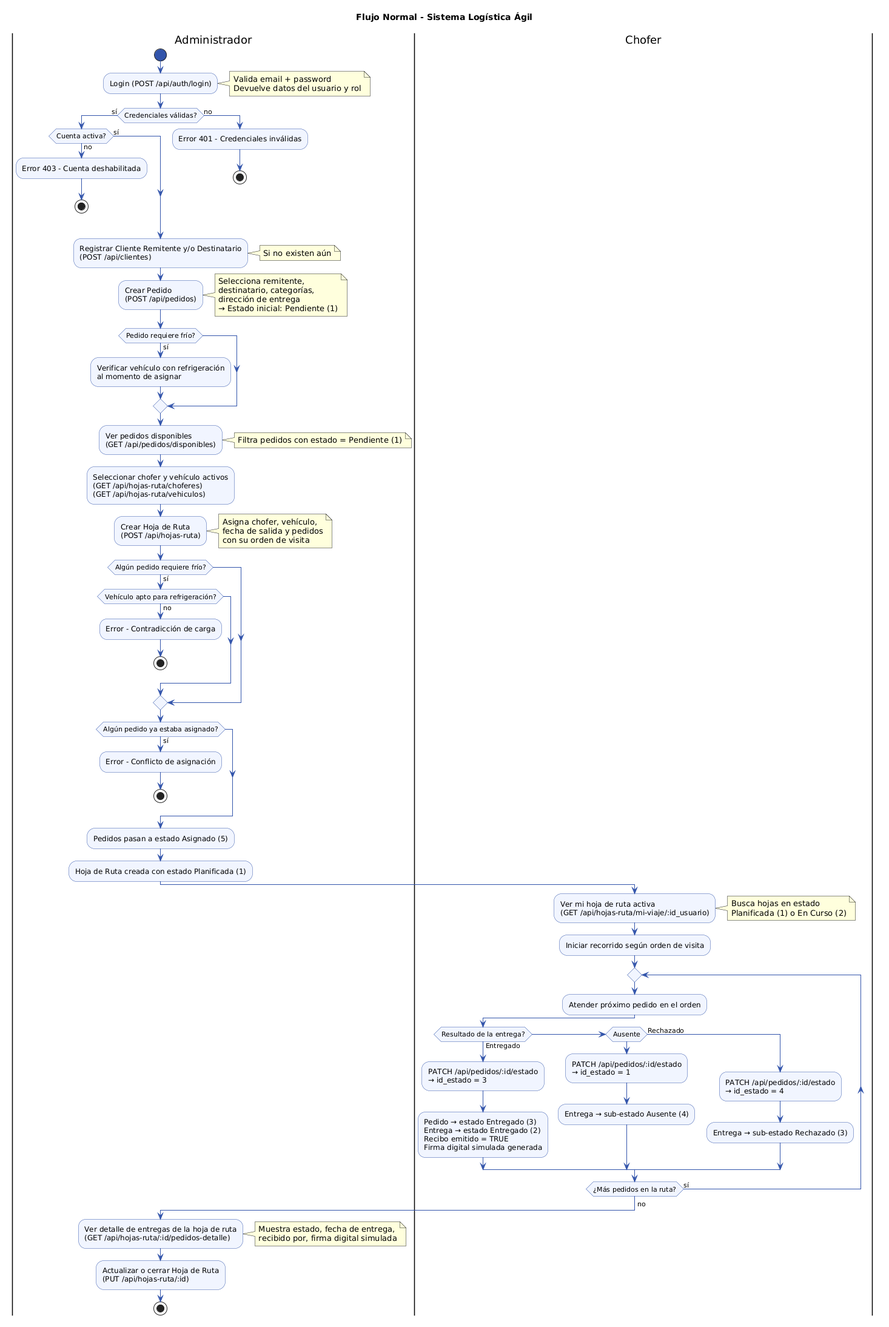
baltazarottonello/logistica-agil keeps this PlantUML diagram as GRUPO 4/Diagrama de Actividad.png. Above is the earlier version.
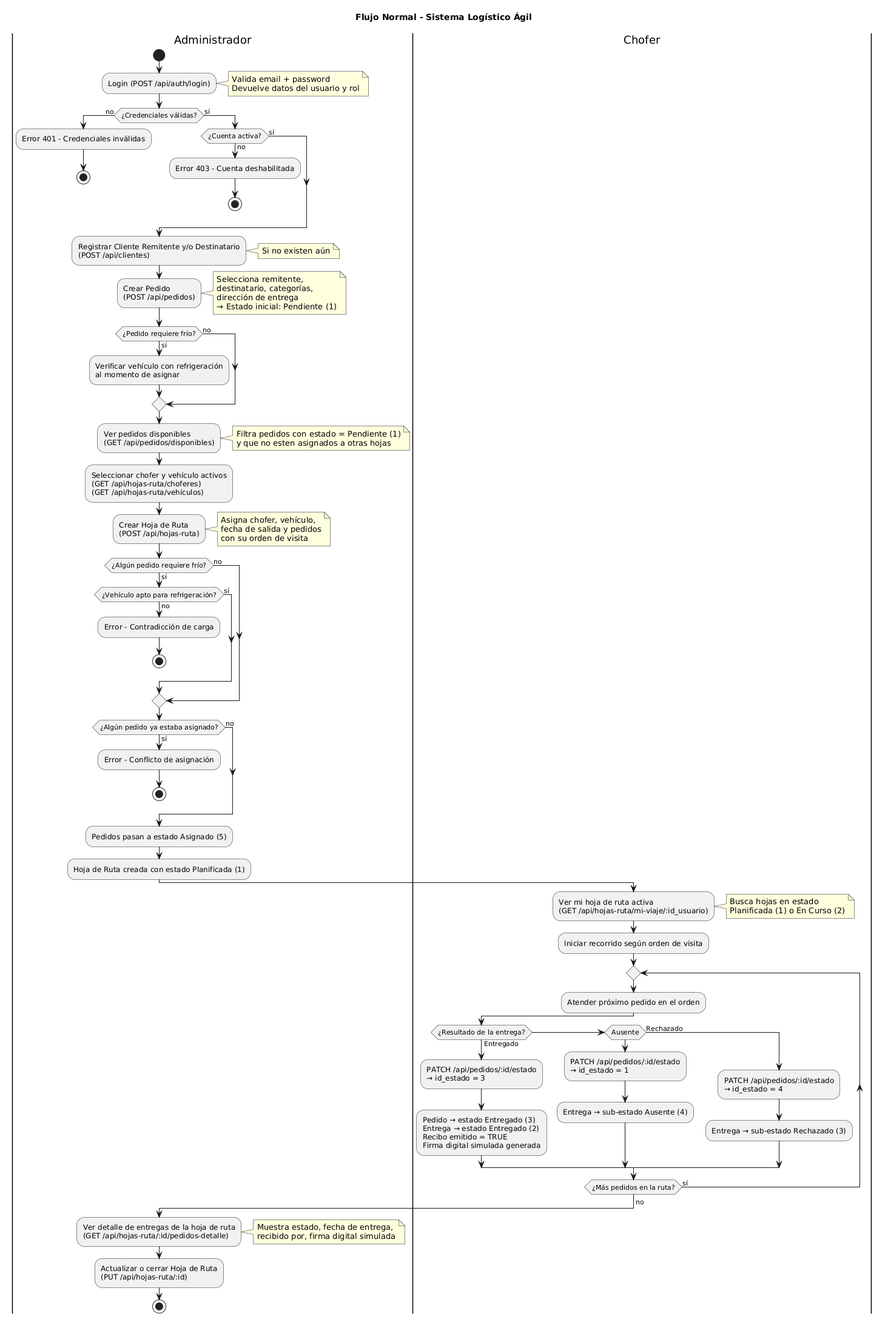
After the change.

Commit message:
chore: new diagrams, editing forms population

Diff of the diagram source:
```diff
@@ -1,58 +1,76 @@
 @startuml
-title Flujo Normal - Sistema Logística Ágil
+title Flujo Normal - Sistema Logístico Ágil
 
-skinparam ActivityBackgroundColor #f0f4ff
-skinparam ActivityBorderColor #3355aa
-skinparam ArrowColor #3355aa
-skinparam ActivityStartColor #3355aa
-skinparam ActivityEndColor #cc2244
+|Administrador|
+|Chofer|
 
 |Administrador|
 start
 
 :Login (POST /api/auth/login);
-note right: Valida email + password\nDevuelve datos del usuario y rol
+note right
+  Valida email + password
+  Devuelve datos del usuario y rol
+end note
 
-if (Credenciales válidas?) then (sí)
-  if (Cuenta activa?) then (sí)
-  else (no)
+if (¿Credenciales válidas?) then (no)
+  :Error 401 - Credenciales inválidas;
+  stop
+else (sí)
+  if (¿Cuenta activa?) then (no)
     :Error 403 - Cuenta deshabilitada;
     stop
-  end if
-else (no)
-  :Error 401 - Credenciales inválidas;
-  stop
-end if
+  else (sí)
+  endif
+endif
 
 :Registrar Cliente Remitente y/o Destinatario\n(POST /api/clientes);
-note right: Si no existen aún
+note right
+  Si no existen aún
+end note
 
 :Crear Pedido\n(POST /api/pedidos);
-note right: Selecciona remitente,\ndestinatario, categorías,\ndirección de entrega\n→ Estado inicial: Pendiente (1)
+note right
+  Selecciona remitente,
+  destinatario, categorías,
+  dirección de entrega
+  → Estado inicial: Pendiente (1)
+end note
 
-if (Pedido requiere frío?) then (sí)
+if (¿Pedido requiere frío?) then (sí)
   :Verificar vehículo con refrigeración\nal momento de asignar;
-end if
+else (no)
+endif
 
 :Ver pedidos disponibles\n(GET /api/pedidos/disponibles);
-note right: Filtra pedidos con estado = Pendiente (1)
+note right
+  Filtra pedidos con estado = Pendiente (1)
+  y que no esten asignados a otras hojas
+end note
 
-:Seleccionar chofer y vehículo activos\n(GET /api/hojas-ruta/choferes)\n(GET /api/hojas-ruta/vehiculos);
+:Seleccionar chofer y vehículo activos\n(GET /api/hojas-ruta/choferes)\n(GET /api/hojas-ruta/vehículos);
 
 :Crear Hoja de Ruta\n(POST /api/hojas-ruta);
-note right: Asigna chofer, vehículo,\nfecha de salida y pedidos\ncon su orden de visita
+note right
+  Asigna chofer, vehículo,
+  fecha de salida y pedidos
+  con su orden de visita
+end note
 
-if (Algún pedido requiere frío?) then (sí)
-  if (Vehículo apto para refrigeración?) then (no)
+if (¿Algún pedido requiere frío?) then (sí)
+  if (¿Vehículo apto para refrigeración?) then (no)
     :Error - Contradicción de carga;
     stop
-  end if
-end if
+  else (sí)
+  endif
+else (no)
+endif
 
-if (Algún pedido ya estaba asignado?) then (sí)
+if (¿Algún pedido ya estaba asignado?) then (sí)
   :Error - Conflicto de asignación;
   stop
-end if
+else (no)
+endif
 
 :Pedidos pasan a estado Asignado (5);
 :Hoja de Ruta creada con estado Planificada (1);
@@ -60,14 +78,17 @@
 |Chofer|
 
 :Ver mi hoja de ruta activa\n(GET /api/hojas-ruta/mi-viaje/:id_usuario);
-note right: Busca hojas en estado\nPlanificada (1) o En Curso (2)
+note right
+  Busca hojas en estado
+  Planificada (1) o En Curso (2)
+end note
 
 :Iniciar recorrido según orden de visita;
 
 repeat
   :Atender próximo pedido en el orden;
 
-  if (Resultado de la entrega?) then (Entregado)
+  if (¿Resultado de la entrega?) then (Entregado)
     :PATCH /api/pedidos/:id/estado\n→ id_estado = 3;
     :Pedido → estado Entregado (3)\nEntrega → estado Entregado (2)\nRecibo emitido = TRUE\nFirma digital simulada generada;
 
@@ -78,7 +99,8 @@
   else (Rechazado)
     :PATCH /api/pedidos/:id/estado\n→ id_estado = 4;
     :Entrega → sub-estado Rechazado (3);
-  end if
+
+  endif
 
 repeat while (¿Más pedidos en la ruta?) is (sí)
 ->no;
@@ -86,7 +108,10 @@
 |Administrador|
 
 :Ver detalle de entregas de la hoja de ruta\n(GET /api/hojas-ruta/:id/pedidos-detalle);
-note right: Muestra estado, fecha de entrega,\nrecibido por, firma digital simulada
+note right
+  Muestra estado, fecha de entrega,
+  recibido por, firma digital simulada
+end note
 
 :Actualizar o cerrar Hoja de Ruta\n(PUT /api/hojas-ruta/:id);
 
```
